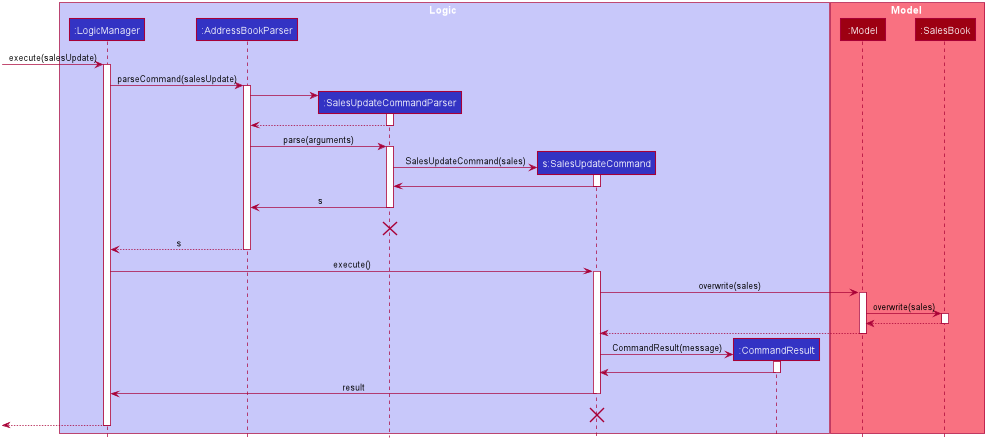
Earlier version of the PlantUML export docs/images/SalesUpdateSequenceDiagram.png (nus-cs2103-AY2021S1/tp). The source it was exported from:
```plantuml
@startuml








skinparam BackgroundColor #FFFFFFF

skinparam Shadowing false

skinparam Class {
    FontColor #FFFFFF
    BorderThickness 1
    BorderColor #FFFFFF
    StereotypeFontColor #FFFFFF
    FontName Arial
}

skinparam Actor {
    BorderColor #000000
    Color #000000
    FontName Arial
}

skinparam Sequence {
    MessageAlign center
    BoxFontSize 15
    BoxPadding 0
    BoxFontColor #FFFFFF
    FontName Arial
}

skinparam Participant {
    FontColor #FFFFFFF
    Padding 20
}

skinparam MinClassWidth 50
skinparam ParticipantPadding 10
skinparam Shadowing false
skinparam DefaultTextAlignment center
skinparam packageStyle Rectangle

hide footbox
hide members
hide circle

box Logic #C8C8FA
participant ":LogicManager" as LogicManager #3333C4
participant ":AddressBookParser" as AddressBookParser #3333C4
participant ":SalesUpdateCommandParser" as SalesUpdateCommandParser #3333C4
participant "s:SalesUpdateCommand" as SalesUpdateCommand #3333C4
participant ":CommandResult" as CommandResult #3333C4

end box

box Model #F97181
participant ":Model" as Model #9D0012
participant ":SalesBook" as SalesBook #9D0012
end box

[-> LogicManager : execute(salesUpdate)
activate LogicManager

LogicManager -> AddressBookParser : parseCommand(salesUpdate)
activate AddressBookParser

create SalesUpdateCommandParser
AddressBookParser -> SalesUpdateCommandParser
activate SalesUpdateCommandParser

SalesUpdateCommandParser --> AddressBookParser
deactivate SalesUpdateCommandParser

AddressBookParser -> SalesUpdateCommandParser : parse(arguments)
activate SalesUpdateCommandParser

create SalesUpdateCommand
SalesUpdateCommandParser -> SalesUpdateCommand : SalesUpdateCommand(sales)
activate SalesUpdateCommand

SalesUpdateCommand -> SalesUpdateCommandParser
deactivate SalesUpdateCommand

SalesUpdateCommandParser -> AddressBookParser : s
deactivate SalesUpdateCommandParser

SalesUpdateCommandParser -[hidden]-> AddressBookParser : s
destroy SalesUpdateCommandParser

AddressBookParser --> LogicManager : s
deactivate AddressBookParser

LogicManager -> SalesUpdateCommand : execute()
activate SalesUpdateCommand

SalesUpdateCommand -> Model : overwrite(sales)
activate Model

Model -> SalesBook : overwrite(sales)
activate SalesBook

SalesBook --> Model :
deactivate SalesBook

Model --> SalesUpdateCommand :
deactivate Model

create CommandResult
SalesUpdateCommand -> CommandResult : CommandResult(message)
activate CommandResult

CommandResult -> SalesUpdateCommand
deactivate CommandResult

SalesUpdateCommand -> LogicManager : result
deactivate SalesUpdateCommand

SalesUpdateCommand -[hidden]-> LogicManager : result
destroy SalesUpdateCommand

[<--LogicManager
deactivate LogicManager
@enduml
```
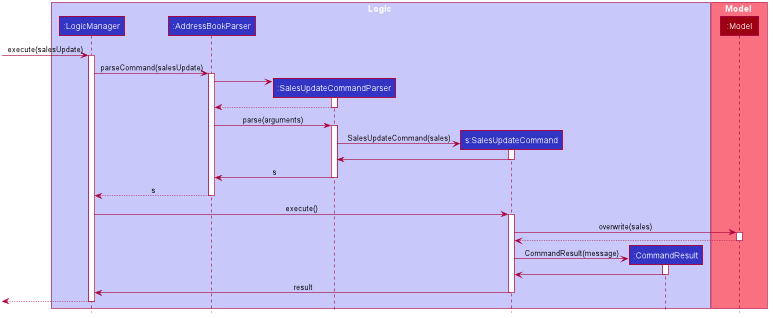
The same diagram one commit later.

What changed in the source:
```diff
@@ -59,7 +59,6 @@
 
 box Model #F97181
 participant ":Model" as Model #9D0012
-participant ":SalesBook" as SalesBook #9D0012
 end box
 
 [-> LogicManager : execute(salesUpdate)
@@ -88,9 +87,6 @@
 SalesUpdateCommandParser -> AddressBookParser : s
 deactivate SalesUpdateCommandParser
 
-SalesUpdateCommandParser -[hidden]-> AddressBookParser : s
-destroy SalesUpdateCommandParser
-
 AddressBookParser --> LogicManager : s
 deactivate AddressBookParser
 
@@ -99,12 +95,6 @@
 
 SalesUpdateCommand -> Model : overwrite(sales)
 activate Model
-
-Model -> SalesBook : overwrite(sales)
-activate SalesBook
-
-SalesBook --> Model :
-deactivate SalesBook
 
 Model --> SalesUpdateCommand :
 deactivate Model
@@ -119,9 +109,6 @@
 SalesUpdateCommand -> LogicManager : result
 deactivate SalesUpdateCommand
 
-SalesUpdateCommand -[hidden]-> LogicManager : result
-destroy SalesUpdateCommand
-
 [<--LogicManager
 deactivate LogicManager
 @enduml
```
